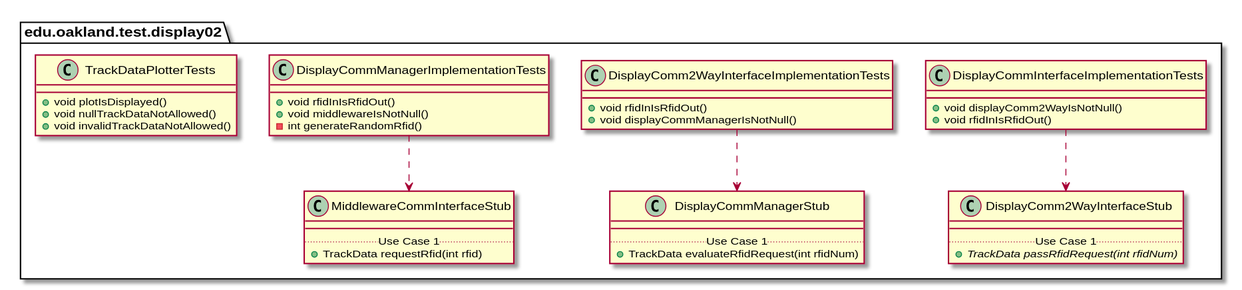
The PlantUML diagram docs/uml-class-diagrams/display02/test/Display02TestPackage_InternalDependencies.svg in andrewdimmer/csi-3370-software-project, before a commit. The source it was exported from:
```plantuml
@startuml Display02TestPackage_InternalDependencies

package edu.oakland.test.display02 {

}


package edu.oakland.test.display02 {
    class DisplayCommInterfaceImplementationTests {
        + void displayComm2WayIsNotNull()
        + void rfidInIsRfidOut()

    }
}



package edu.oakland.test.display02 {
    class DisplayComm2WayInterfaceStub {
        __
        .. Use Case 1 ..
        {abstract} + TrackData passRfidRequest(int rfidNum)
    }
}

DisplayCommInterfaceImplementationTests ..> DisplayComm2WayInterfaceStub

package edu.oakland.test.display02 {
    class DisplayComm2WayInterfaceImplementationTests {
        + void rfidInIsRfidOut()
        + void displayCommManagerIsNotNull()
    }
}



package edu.oakland.test.display02 {
    class DisplayCommManagerStub {
        __
        .. Use Case 1 ..
        + TrackData evaluateRfidRequest(int rfidNum)
    }
}

DisplayComm2WayInterfaceImplementationTests ..> DisplayCommManagerStub

package edu.oakland.test.display02 {
    class DisplayCommManagerImplementationTests {
        + void rfidInIsRfidOut()
        + void middlewareIsNotNull()
        - int generateRandomRfid()
    }
}



package edu.oakland.test.display02 {
    class MiddlewareCommInterfaceStub {
        __
        .. Use Case 1 ..
        + TrackData requestRfid(int rfid)
    }
}

DisplayCommManagerImplementationTests ..> MiddlewareCommInterfaceStub

package edu.oakland.test.display02 {
    class TrackDataPlotterTests {
        + void plotIsDisplayed()
        + void nullTrackDataNotAllowed()
        + void invalidTrackDataNotAllowed()
    }
}


@enduml
```
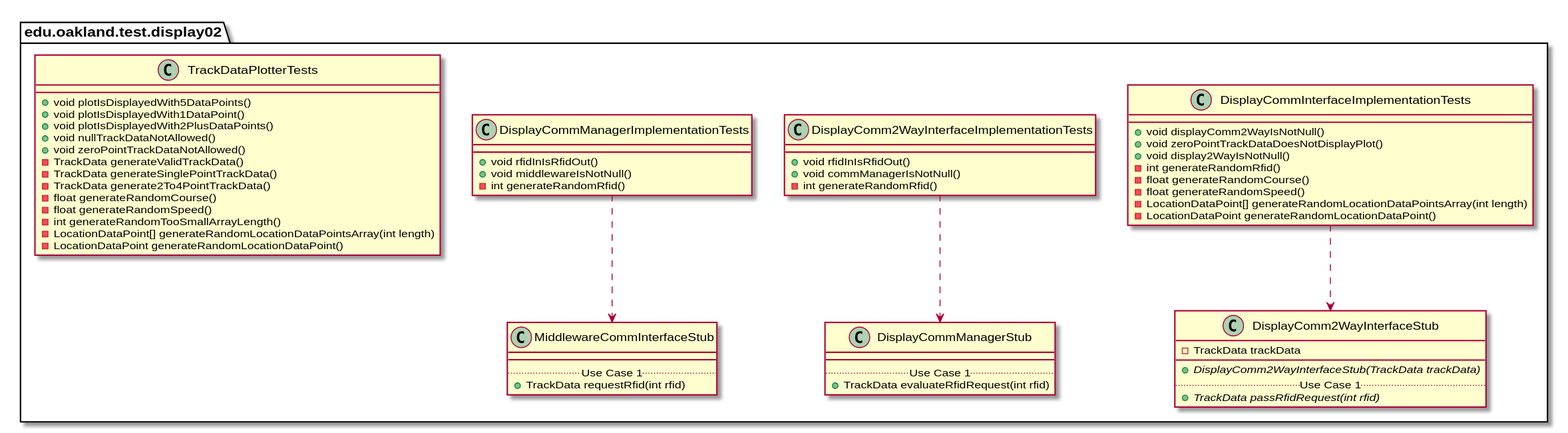
After the commit.

The edit, as a diff of the source:
```diff
@@ -8,8 +8,13 @@
 package edu.oakland.test.display02 {
     class DisplayCommInterfaceImplementationTests {
         + void displayComm2WayIsNotNull()
-        + void rfidInIsRfidOut()
-
+        + void zeroPointTrackDataDoesNotDisplayPlot()
+        + void display2WayIsNotNull()
+        - int generateRandomRfid()
+        - float generateRandomCourse()
+        - float generateRandomSpeed()
+        - LocationDataPoint[] generateRandomLocationDataPointsArray(int length)
+        - LocationDataPoint generateRandomLocationDataPoint()
     }
 }
 
@@ -17,9 +22,11 @@
 
 package edu.oakland.test.display02 {
     class DisplayComm2WayInterfaceStub {
+        - TrackData trackData
         __
+        {abstract} + DisplayComm2WayInterfaceStub(TrackData trackData)
         .. Use Case 1 ..
-        {abstract} + TrackData passRfidRequest(int rfidNum)
+        {abstract} + TrackData passRfidRequest(int rfid)
     }
 }
 
@@ -28,7 +35,8 @@
 package edu.oakland.test.display02 {
     class DisplayComm2WayInterfaceImplementationTests {
         + void rfidInIsRfidOut()
-        + void displayCommManagerIsNotNull()
+        + void commManagerIsNotNull()
+        - int generateRandomRfid()
     }
 }
 
@@ -38,7 +46,7 @@
     class DisplayCommManagerStub {
         __
         .. Use Case 1 ..
-        + TrackData evaluateRfidRequest(int rfidNum)
+        + TrackData evaluateRfidRequest(int rfid)
     }
 }
 
@@ -66,9 +74,20 @@
 
 package edu.oakland.test.display02 {
     class TrackDataPlotterTests {
-        + void plotIsDisplayed()
+        + void plotIsDisplayedWith5DataPoints()
+        + void plotIsDisplayedWith1DataPoint()
+        + void plotIsDisplayedWith2PlusDataPoints()
         + void nullTrackDataNotAllowed()
-        + void invalidTrackDataNotAllowed()
+        + void zeroPointTrackDataNotAllowed()
+        - TrackData generateValidTrackData()
+        - TrackData generateSinglePointTrackData()
+        - TrackData generate2To4PointTrackData()
+        - float generateRandomCourse()
+        - float generateRandomSpeed()
+        - int generateRandomTooSmallArrayLength()
+        - LocationDataPoint[] generateRandomLocationDataPointsArray(int length)
+        - LocationDataPoint generateRandomLocationDataPoint()
+
     }
 }
 
```
